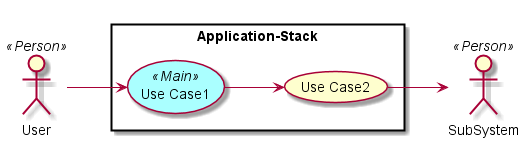
The PlantUML diagram docs/Solution/Application-Stack/UseCases.png in CAADE/fleet, before a commit.
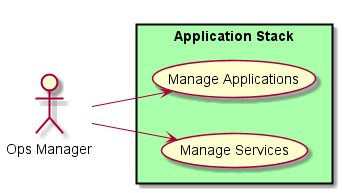
The same file after the commit.

Commit message:
Document Application Stack

Diff of the diagram source:
```diff
@@ -2,22 +2,15 @@
 
 left to right direction
 
-skinparam usecase {
-  BackgroudnColor #ffffaa
-  BackgroundColor<<Main>> #aaffff
-}
-actor :User: <<Person>>
-actor :SubSystem: <<Person>>
+actor :Ops Manager: as Ops
+
+rectangle "Application Stack" #aaffaa {
+UseCase UC1 as "Manage Applications"
+UseCase UC2  as "Manage Services"
 
 
-rectangle "Application-Stack" {
-UseCase UC1 <<Main>> as "Use Case1"
-UseCase UC2  as "Use Case2"
-
-
-User --> UC1
-UC1 --> UC2
-UC2 --> SubSystem
+Ops --> UC1
+Ops --> UC2
 }
 
 @enduml
```
